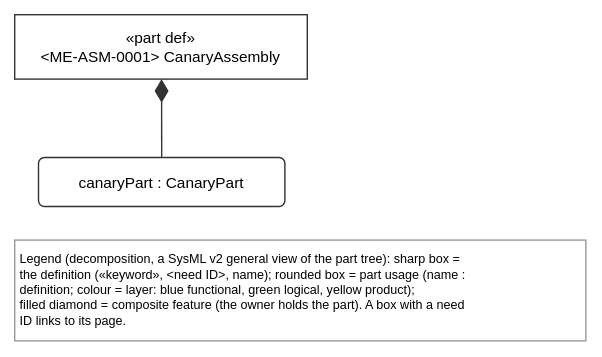
Before: views/canaryAssemblyParts.drawio.svg, a diagram exported from draw.io (tiacsys/robarm-me). Source tidied: cells renumbered, new cells last; positions are measured from the earlier drawing's top-left corner, leaving out a move shared by most shapes.
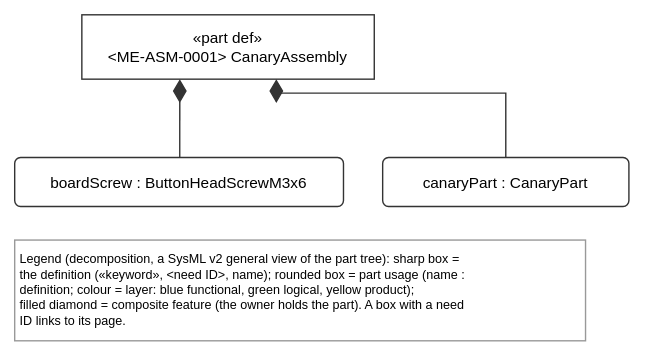
The same diagram one commit later.

The edit, as a diff of the source:
```diff
@@ -3,16 +3,27 @@
     <mxCell id="0" />
     <mxCell id="1" parent="0" />
     <mxCell id="2" value="«part def»&#10;&lt;ME-ASM-0001&gt; CanaryAssembly" style="html=0;fontFamily=Helvetica;fontSize=11;strokeColor=#333333;rounded=0;fillColor=#FFFFFF;verticalAlign=middle;" parent="1" vertex="1">
-      <mxGeometry width="209" height="46" as="geometry" />
+      <mxGeometry x="48" width="209" height="46" as="geometry" />
     </mxCell>
+    <mxCell id="6" value="boardScrew : ButtonHeadScrewM3x6" style="html=0;fontFamily=Helvetica;fontSize=11;strokeColor=#333333;rounded=1;arcSize=12;fillColor=#FFFFFF;verticalAlign=middle;fillColor=#FFFFFF;" parent="1" vertex="1">
+      <mxGeometry y="102" width="235" height="35" as="geometry" />
+    </mxCell>
     <mxCell id="3" value="canaryPart : CanaryPart" style="html=0;fontFamily=Helvetica;fontSize=11;strokeColor=#333333;rounded=1;arcSize=12;fillColor=#FFFFFF;verticalAlign=middle;fillColor=#FFFFFF;" parent="1" vertex="1">
-      <mxGeometry x="17" y="102" width="176" height="35" as="geometry" />
+      <mxGeometry x="263" y="102" width="176" height="35" as="geometry" />
     </mxCell>
     <mxCell id="4" value="Legend (decomposition, a SysML v2 general view of the part tree): sharp box =&#10;the definition («keyword», &lt;need ID&gt;, name); rounded box = part usage (name :&#10;definition; colour = layer: blue functional, green logical, yellow product);&#10;filled diamond = composite feature (the owner holds the part). A box with a need&#10;ID links to its page." style="text;html=0;align=left;verticalAlign=top;fontFamily=Helvetica;fontSize=9;fillColor=#FFFFFF;strokeColor=#999999;spacing=4;" parent="1" vertex="1">
       <mxGeometry y="161" width="408" height="72" as="geometry" />
     </mxCell>
+    <mxCell id="7" style="html=0;rounded=0;endSize=10;startSize=14;fontFamily=Helvetica;fontSize=10;labelBackgroundColor=#FFFFFF;strokeColor=#333333;startArrow=diamondThin;startFill=1;endArrow=none;exitX=0.335;exitY=1.000;exitDx=0;exitDy=0;exitPerimeter=0;entryX=0.502;entryY=0.000;entryDx=0;entryDy=0;entryPerimeter=0;" parent="1" edge="1" source="2" target="6">
+      <mxGeometry relative="1" as="geometry" />
+    </mxCell>
-    <mxCell id="5" style="html=0;rounded=0;endSize=10;startSize=14;fontFamily=Helvetica;fontSize=10;labelBackgroundColor=#FFFFFF;strokeColor=#333333;startArrow=diamondThin;startFill=1;endArrow=none;exitX=0.502;exitY=1.000;exitDx=0;exitDy=0;exitPerimeter=0;entryX=0.500;entryY=0.000;entryDx=0;entryDy=0;entryPerimeter=0;" parent="1" edge="1" source="2" target="3">
-      <mxGeometry relative="1" as="geometry" />
+    <mxCell id="5" style="html=0;rounded=0;endSize=10;startSize=14;fontFamily=Helvetica;fontSize=10;labelBackgroundColor=#FFFFFF;strokeColor=#333333;startArrow=diamondThin;startFill=1;endArrow=none;exitX=0.665;exitY=1.000;exitDx=0;exitDy=0;exitPerimeter=0;entryX=0.500;entryY=0.000;entryDx=0;entryDy=0;entryPerimeter=0;" parent="1" edge="1" source="2" target="3">
+      <mxGeometry relative="1" as="geometry">
+        <Array as="points">
+          <mxPoint x="187" y="56" />
+          <mxPoint x="351" y="56" />
+        </Array>
+      </mxGeometry>
     </mxCell>
   </root>
 </mxGraphModel>
```
